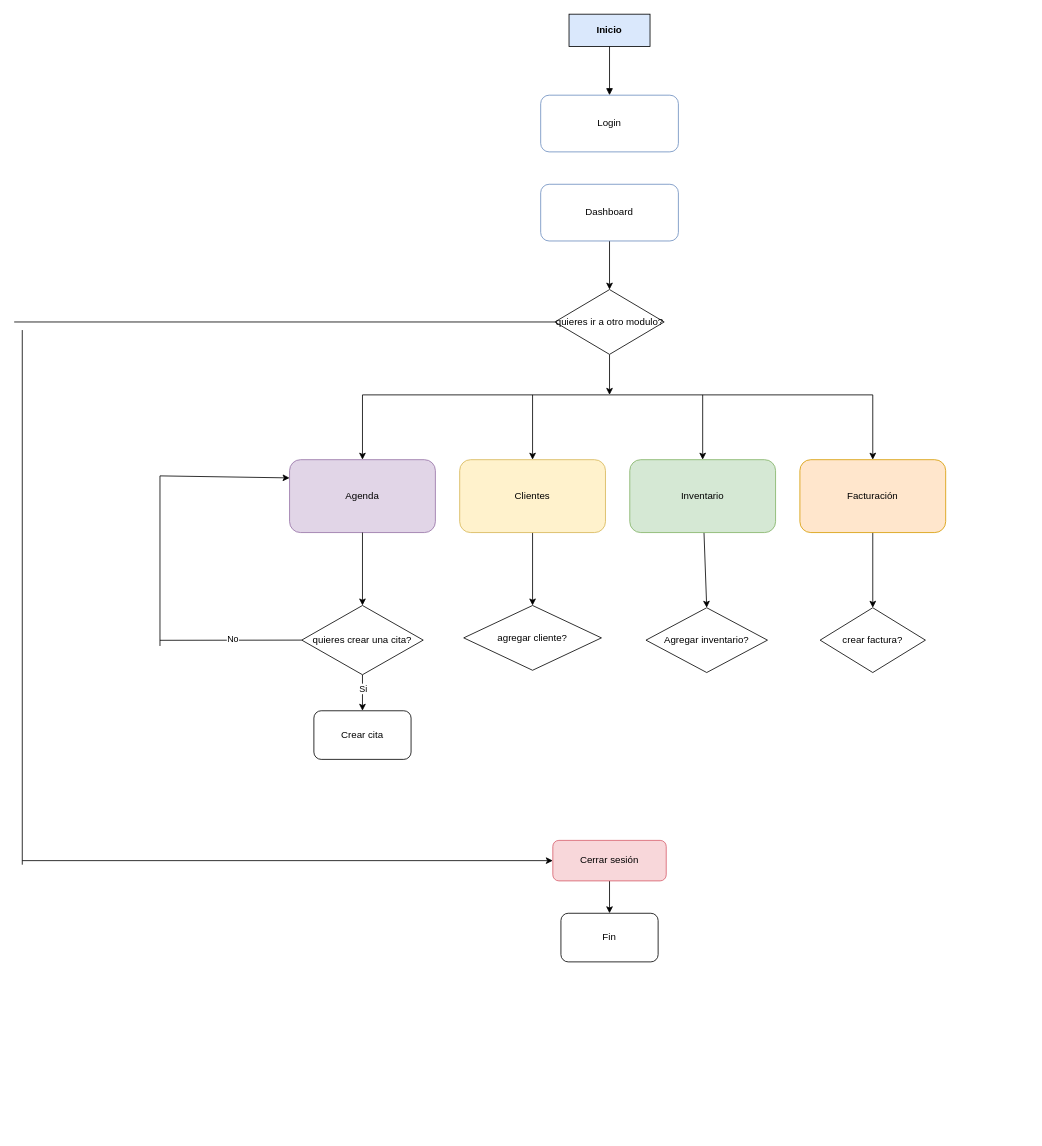
Earlier version of the draw.io diagram Vetcloud-main/Vetcloud-main/diagrama_flujo_vetcloud.drawio (Ginosaurio04/Vetcloud). Source tidied: cells renumbered, new cells numbered last; positions are measured from the earlier drawing's top-left corner, leaving out a move shared by most shapes. Both pictures are drawn from the tidied source at 81%, with x=0, y=0 at pixel (14, 14).
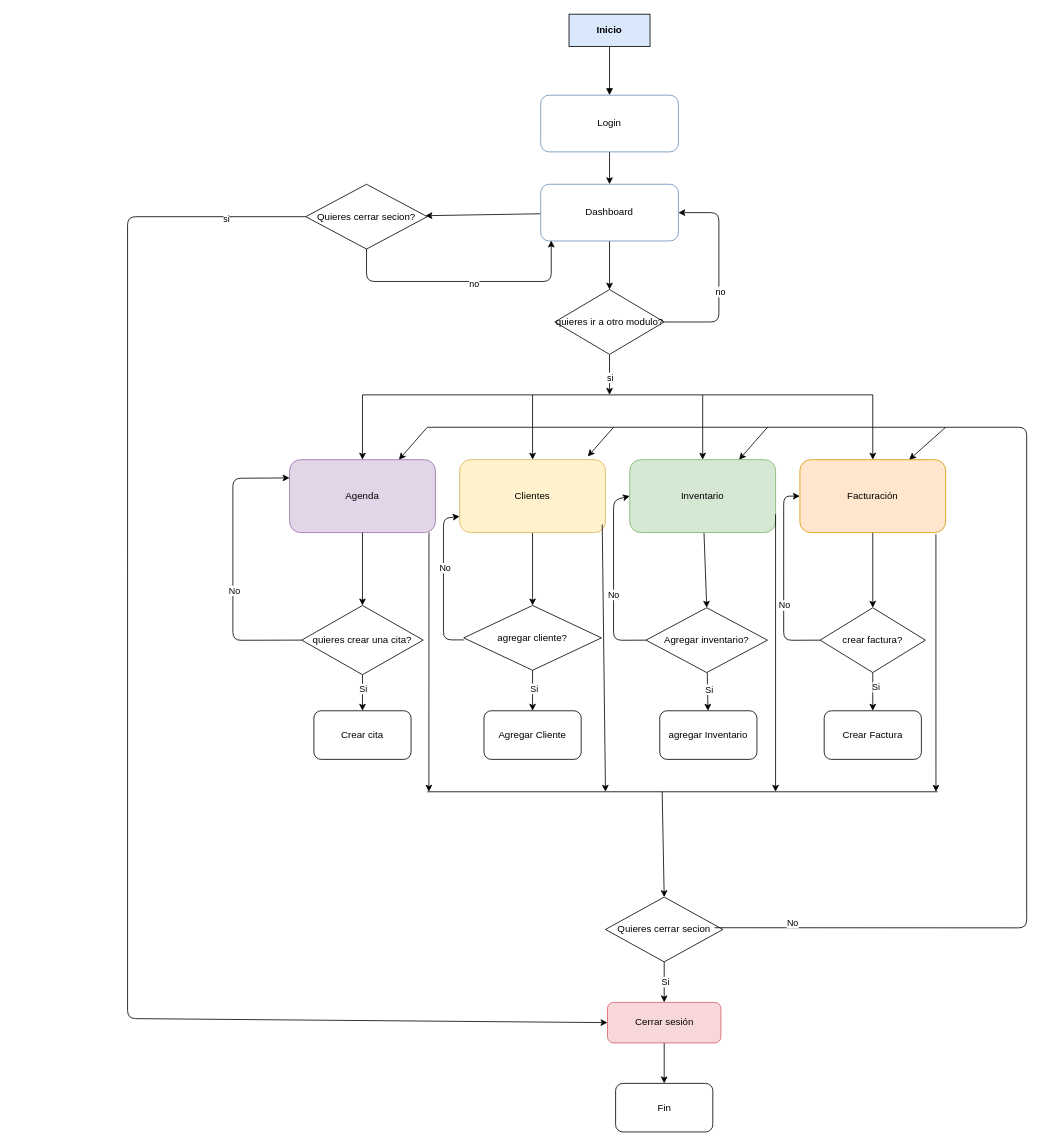
The same diagram, later.

Commit message:
cambio al diagrama

Unchanged cells that the change refers to:
```xml
<mxCell id="3" value="Login" style="rounded=1;whiteSpace=wrap;html=1;fillColor=#ffffff;strokeColor=#6c8ebf;fontSize=12;" parent="1" vertex="1">
  <mxGeometry x="650" y="100" width="170" height="70" as="geometry" />
</mxCell>
<mxCell id="5" value="Dashboard" style="rounded=1;whiteSpace=wrap;html=1;fillColor=#ffffff;strokeColor=#6c8ebf;fontSize=12;" parent="1" vertex="1">
  <mxGeometry x="650" y="210" width="170" height="70" as="geometry" />
</mxCell>
<mxCell id="6" value="Agenda" style="rounded=1;whiteSpace=wrap;html=1;fillColor=#e1d5e7;strokeColor=#9673a6;fontSize=12;" parent="1" vertex="1">
  <mxGeometry x="340" y="550" width="180" height="90" as="geometry" />
</mxCell>
<mxCell id="8" value="Clientes" style="rounded=1;whiteSpace=wrap;html=1;fillColor=#fff2cc;strokeColor=#d6b656;fontSize=12;" parent="1" vertex="1">
  <mxGeometry x="550" y="550" width="180" height="90" as="geometry" />
</mxCell>
<mxCell id="10" value="Inventario" style="rounded=1;whiteSpace=wrap;html=1;fillColor=#d5e8d4;strokeColor=#82b366;fontSize=12;" parent="1" vertex="1">
  <mxGeometry x="760" y="550" width="180" height="90" as="geometry" />
</mxCell>
<mxCell id="12" value="Facturación" style="rounded=1;whiteSpace=wrap;html=1;fillColor=#ffe6cc;strokeColor=#d79b00;fontSize=12;" parent="1" vertex="1">
  <mxGeometry x="970" y="550" width="180" height="90" as="geometry" />
</mxCell>
<mxCell id="19" value="quieres crear una cita?" style="rhombus;whiteSpace=wrap;html=1;" parent="1" vertex="1">
  <mxGeometry x="355" y="730" width="150" height="85.5" as="geometry" />
</mxCell>
<mxCell id="25" value="agregar cliente?" style="rhombus;whiteSpace=wrap;html=1;" parent="1" vertex="1">
  <mxGeometry x="555" y="730" width="170" height="80" as="geometry" />
</mxCell>
<mxCell id="26" value="Agregar inventario?" style="rhombus;whiteSpace=wrap;html=1;" parent="1" vertex="1">
  <mxGeometry x="780" y="732.8" width="150" height="80" as="geometry" />
</mxCell>
<mxCell id="27" value="crear factura?" style="rhombus;whiteSpace=wrap;html=1;" parent="1" vertex="1">
  <mxGeometry x="995" y="732.8" width="130" height="80" as="geometry" />
</mxCell>
<mxCell id="28" style="edgeStyle=none;html=1;" parent="1" edge="1" source="29">
  <mxGeometry relative="1" as="geometry">
    <mxPoint x="735" y="470" as="targetPoint" />
  </mxGeometry>
</mxCell>
<mxCell id="29" value="quieres ir a otro modulo?" style="rhombus;whiteSpace=wrap;html=1;" parent="1" vertex="1">
  <mxGeometry x="667.5" y="340" width="135" height="80" as="geometry" />
</mxCell>
```

Change to the diagram source:
```diff
@@
+    <mxCell id="39" style="edgeStyle=none;html=1;" parent="1" edge="1" source="3" target="5">
+      <mxGeometry relative="1" as="geometry" />
+    </mxCell>
@@
+    <mxCell id="40" style="edgeStyle=none;html=1;" parent="1" edge="1" source="5" target="61">
+      <mxGeometry relative="1" as="geometry" />
+    </mxCell>
@@
     <mxCell id="14" value="Cerrar sesión" style="rounded=1;whiteSpace=wrap;html=1;fillColor=#f8d7da;strokeColor=#d65e6c;fontSize=12;" parent="1" vertex="1">
-      <mxGeometry x="665" y="1020" width="140" height="50" as="geometry" />
+      <mxGeometry x="732.5" y="1220" width="140" height="50" as="geometry" />
     </mxCell>
@@
-    <mxCell id="20" style="endArrow=none;html=1;entryX=0;entryY=0.5;entryDx=0;entryDy=0;" parent="1" edge="1" target="19">
-      <mxGeometry relative="1" as="geometry">
-        <mxPoint x="180" y="773" as="sourcePoint" />
-      </mxGeometry>
-    </mxCell>
-    <mxCell id="21" value="No" style="edgeLabel;html=1;align=center;verticalAlign=middle;" parent="20" vertex="1">
-      <mxGeometry x="0.03" y="2" relative="1" as="geometry" />
-    </mxCell>
-    <mxCell id="22" style="endArrow=none;html=1;" parent="1" edge="1">
-      <mxGeometry relative="1" as="geometry">
-        <mxPoint x="180" y="780" as="sourcePoint" />
-        <mxPoint x="180" y="570" as="targetPoint" />
-      </mxGeometry>
-    </mxCell>
-    <mxCell id="23" style="endArrow=classic;html=1;entryX=0;entryY=0.25;entryDx=0;entryDy=0;" parent="1" edge="1" target="6">
+    <mxCell id="23" style="endArrow=classic;html=1;entryX=0;entryY=0.25;entryDx=0;entryDy=0;exitX=0;exitY=0.5;exitDx=0;exitDy=0;" parent="1" edge="1" source="19" target="6">
       <mxGeometry relative="1" as="geometry">
-        <mxPoint x="180" y="570" as="sourcePoint" />
+        <Array as="points">
+          <mxPoint x="270" y="773" />
+          <mxPoint x="270" y="573" />
+        </Array>
       </mxGeometry>
     </mxCell>
+    <mxCell id="41" value="No" style="edgeLabel;html=1;align=center;verticalAlign=middle;" parent="23" vertex="1">
+      <mxGeometry x="-0.17" y="-1" relative="1" as="geometry" />
+    </mxCell>
@@
+    <mxCell id="42" style="edgeStyle=none;html=1;" parent="1" edge="1" source="25" target="54">
+      <mxGeometry relative="1" as="geometry" />
+    </mxCell>
+    <mxCell id="43" value="Si" style="edgeLabel;html=1;align=center;verticalAlign=middle;" parent="42" vertex="1">
+      <mxGeometry x="-0.14" y="1" relative="1" as="geometry" />
+    </mxCell>
@@
+    <mxCell id="44" style="edgeStyle=none;html=1;" parent="1" edge="1" source="26" target="57">
+      <mxGeometry relative="1" as="geometry" />
+    </mxCell>
+    <mxCell id="45" value="Si" style="edgeLabel;html=1;align=center;verticalAlign=middle;" parent="44" vertex="1">
+      <mxGeometry x="-0.13" y="1" relative="1" as="geometry" />
+    </mxCell>
+    <mxCell id="46" style="edgeStyle=none;html=1;entryX=0;entryY=0.5;entryDx=0;entryDy=0;exitX=0;exitY=0.5;exitDx=0;exitDy=0;" parent="1" edge="1" source="26" target="10">
+      <mxGeometry relative="1" as="geometry">
+        <Array as="points">
+          <mxPoint x="740" y="773" />
+          <mxPoint x="740" y="600" />
+        </Array>
+      </mxGeometry>
+    </mxCell>
+    <mxCell id="47" value="No" style="edgeLabel;html=1;align=center;verticalAlign=middle;" parent="46" vertex="1">
+      <mxGeometry x="-0.17" y="1" relative="1" as="geometry" />
+    </mxCell>
@@
+    <mxCell id="48" style="edgeStyle=none;html=1;" parent="1" edge="1" source="27" target="58">
+      <mxGeometry relative="1" as="geometry" />
+    </mxCell>
+    <mxCell id="49" value="Si" style="edgeLabel;html=1;align=center;verticalAlign=middle;" parent="48" vertex="1">
+      <mxGeometry x="-0.24" y="3" relative="1" as="geometry" />
+    </mxCell>
+    <mxCell id="50" style="edgeStyle=none;html=1;entryX=0;entryY=0.5;entryDx=0;entryDy=0;exitX=0;exitY=0.5;exitDx=0;exitDy=0;" parent="1" edge="1" source="27" target="12">
+      <mxGeometry relative="1" as="geometry">
+        <Array as="points">
+          <mxPoint x="950" y="773" />
+          <mxPoint x="950" y="680" />
+          <mxPoint x="950" y="595" />
+        </Array>
+      </mxGeometry>
+    </mxCell>
+    <mxCell id="51" value="No" style="edgeLabel;html=1;align=center;verticalAlign=middle;" parent="50" vertex="1">
+      <mxGeometry x="-0.27" relative="1" as="geometry" />
+    </mxCell>
@@
+    <mxCell id="52" value="si" style="edgeLabel;html=1;align=center;verticalAlign=middle;" parent="28" vertex="1">
+      <mxGeometry x="0.13" relative="1" as="geometry" />
+    </mxCell>
@@
-    <mxCell id="35" style="endArrow=none;html=1;entryX=0;entryY=0.5;entryDx=0;entryDy=0;" parent="1" edge="1" target="29">
-      <mxGeometry relative="1" as="geometry">
-        <mxPoint y="380" as="sourcePoint" />
-      </mxGeometry>
-    </mxCell>
-    <mxCell id="36" style="endArrow=none;html=1;" parent="1" edge="1">
-      <mxGeometry relative="1" as="geometry">
-        <mxPoint x="10" y="1050" as="sourcePoint" />
-        <mxPoint x="10" y="390" as="targetPoint" />
-      </mxGeometry>
-    </mxCell>
-    <mxCell id="37" style="endArrow=classic;html=1;entryX=0;entryY=0.5;entryDx=0;entryDy=0;" parent="1" edge="1" target="14">
+    <mxCell id="37" style="endArrow=classic;html=1;entryX=0;entryY=0.5;entryDx=0;entryDy=0;exitX=0;exitY=0.5;exitDx=0;exitDy=0;" parent="1" edge="1" source="61" target="14">
       <mxGeometry relative="1" as="geometry">
-        <mxPoint x="10" y="1045" as="sourcePoint" />
+        <Array as="points">
+          <mxPoint x="140" y="250" />
+          <mxPoint x="140" y="680" />
+          <mxPoint x="140" y="1240" />
+        </Array>
       </mxGeometry>
     </mxCell>
+    <mxCell id="53" value="si" style="edgeLabel;html=1;align=center;verticalAlign=middle;" parent="37" vertex="1">
+      <mxGeometry x="-0.89" y="2" relative="1" as="geometry" />
+    </mxCell>
     <mxCell id="38" value="Fin" style="rounded=1;whiteSpace=wrap;html=1;" parent="1" vertex="1">
-      <mxGeometry x="675" y="1110" width="120" height="60" as="geometry" />
+      <mxGeometry x="742.5" y="1320" width="120" height="60" as="geometry" />
     </mxCell>
+    <mxCell id="54" value="Agregar Cliente" style="rounded=1;whiteSpace=wrap;html=1;" parent="1" vertex="1">
+      <mxGeometry x="580" y="860" width="120" height="60" as="geometry" />
+    </mxCell>
+    <mxCell id="55" style="endArrow=classic;html=1;exitX=0;exitY=0.5;exitDx=0;exitDy=0;entryX=0;entryY=0.75;entryDx=0;entryDy=0;" parent="1" edge="1">
+      <mxGeometry relative="1" as="geometry">
+        <mxPoint x="555" y="772.5" as="sourcePoint" />
+        <mxPoint x="550" y="620" as="targetPoint" />
+        <Array as="points">
+          <mxPoint x="530" y="772.5" />
+          <mxPoint x="530" y="622.5" />
+        </Array>
+      </mxGeometry>
+    </mxCell>
+    <mxCell id="56" value="No" style="edgeLabel;html=1;align=center;verticalAlign=middle;" parent="55" vertex="1">
+      <mxGeometry x="0.17" y="-1" relative="1" as="geometry" />
+    </mxCell>
+    <mxCell id="57" value="agregar Inventario" style="rounded=1;whiteSpace=wrap;html=1;" parent="1" vertex="1">
+      <mxGeometry x="797" y="860" width="120" height="60" as="geometry" />
+    </mxCell>
+    <mxCell id="58" value="Crear Factura" style="rounded=1;whiteSpace=wrap;html=1;" parent="1" vertex="1">
+      <mxGeometry x="1000" y="860" width="120" height="60" as="geometry" />
+    </mxCell>
+    <mxCell id="59" style="endArrow=classic;html=1;exitX=1;exitY=0.5;exitDx=0;exitDy=0;entryX=1;entryY=0.5;entryDx=0;entryDy=0;" parent="1" edge="1" source="29" target="5">
+      <mxGeometry relative="1" as="geometry">
+        <Array as="points">
+          <mxPoint x="870" y="380" />
+          <mxPoint x="870" y="245" />
+        </Array>
+      </mxGeometry>
+    </mxCell>
+    <mxCell id="60" value="no" style="edgeLabel;html=1;align=center;verticalAlign=middle;" parent="59" vertex="1">
+      <mxGeometry x="-0.17" y="-1" relative="1" as="geometry" />
+    </mxCell>
+    <mxCell id="61" value="Quieres cerrar secion?" style="rhombus;whiteSpace=wrap;html=1;" parent="1" vertex="1">
+      <mxGeometry x="360" y="210" width="150" height="80" as="geometry" />
+    </mxCell>
+    <mxCell id="62" style="endArrow=classic;html=1;exitX=0.5;exitY=1;exitDx=0;exitDy=0;entryX=0.077;entryY=0.992;entryDx=0;entryDy=0;entryPerimeter=0;" parent="1" edge="1" source="61" target="5">
+      <mxGeometry relative="1" as="geometry">
+        <Array as="points">
+          <mxPoint x="435" y="330" />
+          <mxPoint x="663" y="330" />
+        </Array>
+      </mxGeometry>
+    </mxCell>
+    <mxCell id="63" value="no" style="edgeLabel;html=1;align=center;verticalAlign=middle;" parent="62" vertex="1">
+      <mxGeometry x="0.08" y="-2" relative="1" as="geometry" />
+    </mxCell>
+    <mxCell id="64" style="edgeStyle=none;html=1;" parent="1" edge="1" source="66" target="14">
+      <mxGeometry relative="1" as="geometry" />
+    </mxCell>
+    <mxCell id="65" value="Si" style="edgeLabel;html=1;align=center;verticalAlign=middle;" parent="64" vertex="1">
+      <mxGeometry x="-0.04" y="1" relative="1" as="geometry" />
+    </mxCell>
+    <mxCell id="66" value="Quieres cerrar secion" style="rhombus;whiteSpace=wrap;html=1;" parent="1" vertex="1">
+      <mxGeometry x="730" y="1090" width="145" height="80" as="geometry" />
+    </mxCell>
+    <mxCell id="67" style="endArrow=classic;html=1;exitX=0.956;exitY=1;exitDx=0;exitDy=0;exitPerimeter=0;" parent="1" edge="1" source="6">
+      <mxGeometry relative="1" as="geometry">
+        <mxPoint x="512" y="960" as="targetPoint" />
+      </mxGeometry>
+    </mxCell>
+    <mxCell id="68" style="endArrow=classic;html=1;" parent="1" edge="1">
+      <mxGeometry relative="1" as="geometry">
+        <mxPoint x="726" y="630" as="sourcePoint" />
+        <mxPoint x="730" y="960" as="targetPoint" />
+      </mxGeometry>
+    </mxCell>
+    <mxCell id="69" style="endArrow=classic;html=1;exitX=1;exitY=0.75;exitDx=0;exitDy=0;" parent="1" edge="1" source="10">
+      <mxGeometry relative="1" as="geometry">
+        <mxPoint x="940" y="960" as="targetPoint" />
+      </mxGeometry>
+    </mxCell>
+    <mxCell id="70" style="endArrow=classic;html=1;exitX=0.933;exitY=1.022;exitDx=0;exitDy=0;exitPerimeter=0;" parent="1" edge="1" source="12">
+      <mxGeometry relative="1" as="geometry">
+        <mxPoint x="1138" y="960" as="targetPoint" />
+      </mxGeometry>
+    </mxCell>
+    <mxCell id="71" style="endArrow=none;html=1;" parent="1" edge="1">
+      <mxGeometry relative="1" as="geometry">
+        <mxPoint x="510" y="960" as="sourcePoint" />
+        <mxPoint x="1140" y="960" as="targetPoint" />
+      </mxGeometry>
+    </mxCell>
+    <mxCell id="72" style="endArrow=classic;html=1;entryX=0.5;entryY=0;entryDx=0;entryDy=0;" parent="1" edge="1" target="66">
+      <mxGeometry relative="1" as="geometry">
+        <mxPoint x="800" y="960" as="sourcePoint" />
+      </mxGeometry>
+    </mxCell>
+    <mxCell id="73" style="endArrow=classic;html=1;entryX=0.75;entryY=0;entryDx=0;entryDy=0;" parent="1" edge="1" target="6">
+      <mxGeometry relative="1" as="geometry">
+        <mxPoint x="510" y="510" as="sourcePoint" />
+      </mxGeometry>
+    </mxCell>
+    <mxCell id="74" style="endArrow=classic;html=1;entryX=0.879;entryY=-0.044;entryDx=0;entryDy=0;entryPerimeter=0;" parent="1" edge="1" target="8">
+      <mxGeometry relative="1" as="geometry">
+        <mxPoint x="740" y="510" as="sourcePoint" />
+      </mxGeometry>
+    </mxCell>
+    <mxCell id="75" style="endArrow=classic;html=1;entryX=0.75;entryY=0;entryDx=0;entryDy=0;" parent="1" edge="1" target="10">
+      <mxGeometry relative="1" as="geometry">
+        <mxPoint x="930" y="510" as="sourcePoint" />
+      </mxGeometry>
+    </mxCell>
+    <mxCell id="76" style="endArrow=classic;html=1;entryX=0.75;entryY=0;entryDx=0;entryDy=0;" parent="1" edge="1" target="12">
+      <mxGeometry relative="1" as="geometry">
+        <mxPoint x="1150" y="510" as="sourcePoint" />
+      </mxGeometry>
+    </mxCell>
+    <mxCell id="77" style="endArrow=none;html=1;exitX=0.929;exitY=0.473;exitDx=0;exitDy=0;exitPerimeter=0;" parent="1" edge="1" source="66">
+      <mxGeometry relative="1" as="geometry">
+        <mxPoint x="510" y="510" as="targetPoint" />
+        <Array as="points">
+          <mxPoint x="1250" y="1128" />
+          <mxPoint x="1250" y="510" />
+        </Array>
+      </mxGeometry>
+    </mxCell>
+    <mxCell id="78" value="No" style="edgeLabel;html=1;align=center;verticalAlign=middle;" parent="77" vertex="1">
+      <mxGeometry x="-0.89" y="6" relative="1" as="geometry" />
+    </mxCell>
```
